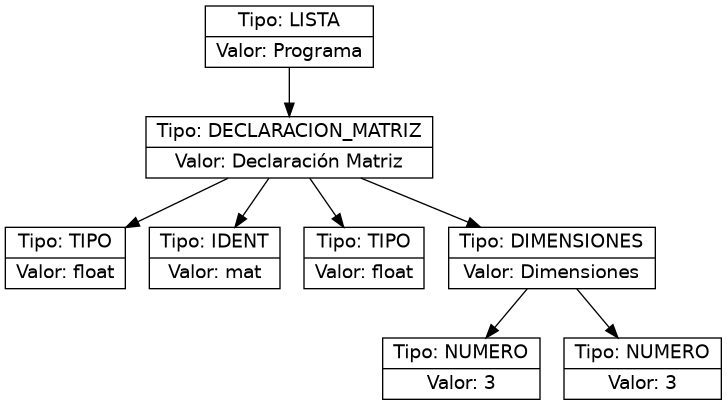
Above: ast.png in Farot30/OLC2_2s2025_202307820 (Graphviz), before the change. Its source is kept beside it as ast.dot.
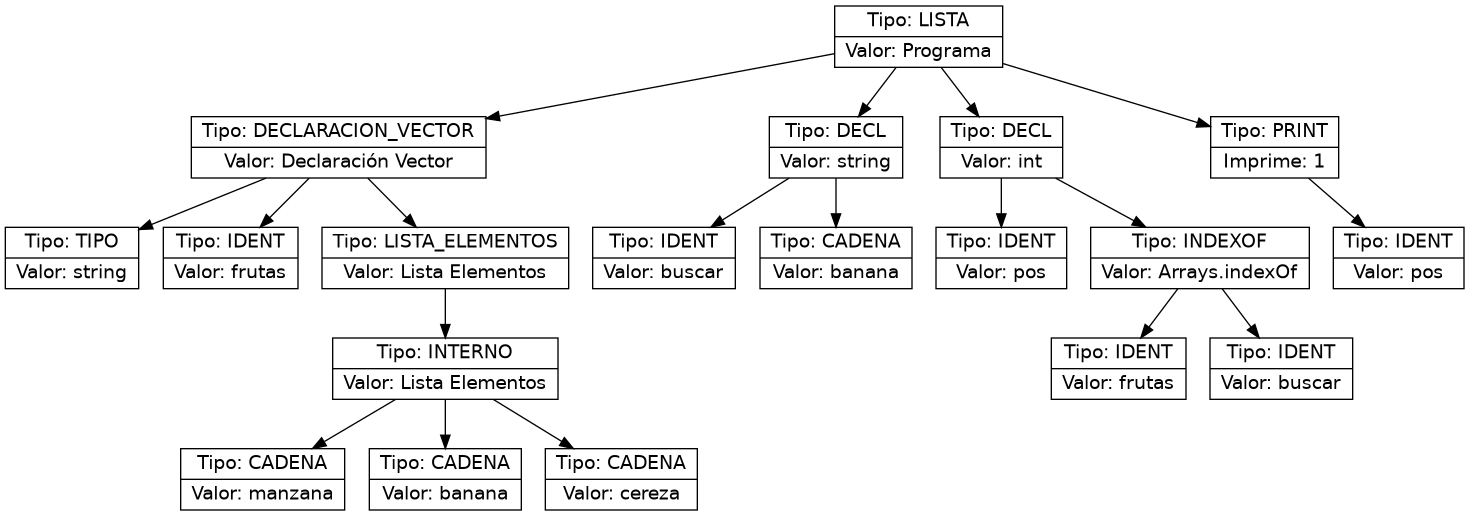
Above is the later version.

What changed in the source:
```diff
@@ -1,18 +1,40 @@
 digraph AST {
   node [shape=record,fontname="Helvetica"];
-  n0x5be996013e50 [label="{Tipo: LISTA|Valor: Programa}"];
-  n0x5be996013e50 -> n0x5be995cafcd0;
-  n0x5be995cafcd0 [label="{Tipo: DECLARACION_MATRIZ|Valor: Declaración Matriz}"];
-  n0x5be995cafcd0 -> n0x5be995fafd70;
-  n0x5be995fafd70 [label="{Tipo: TIPO|Valor: float}"];
-  n0x5be995cafcd0 -> n0x5be995e24130;
-  n0x5be995e24130 [label="{Tipo: IDENT|Valor: mat}"];
-  n0x5be995cafcd0 -> n0x5be995e88180;
-  n0x5be995e88180 [label="{Tipo: TIPO|Valor: float}"];
-  n0x5be995cafcd0 -> n0x5be995cb0b30;
-  n0x5be995cb0b30 [label="{Tipo: DIMENSIONES|Valor: Dimensiones}"];
-  n0x5be995cb0b30 -> n0x5be995e263c0;
-  n0x5be995e263c0 [label="{Tipo: NUMERO|Valor: 3}"];
-  n0x5be995cb0b30 -> n0x5be995e262d0;
-  n0x5be995e262d0 [label="{Tipo: NUMERO|Valor: 3}"];
+  n0x578ff7895890 [label="{Tipo: LISTA|Valor: Programa}"];
+  n0x578ff7895890 -> n0x578ff7973a50;
+  n0x578ff7973a50 [label="{Tipo: DECLARACION_VECTOR|Valor: Declaración Vector}"];
+  n0x578ff7973a50 -> n0x578ff7967d30;
+  n0x578ff7967d30 [label="{Tipo: TIPO|Valor: string}"];
+  n0x578ff7973a50 -> n0x578ff7a2a510;
+  n0x578ff7a2a510 [label="{Tipo: IDENT|Valor: frutas}"];
+  n0x578ff7973a50 -> n0x578ff7a3aad0;
+  n0x578ff7a3aad0 [label="{Tipo: LISTA_ELEMENTOS|Valor: Lista Elementos}"];
+  n0x578ff7a3aad0 -> n0x578ff770d7b0;
+  n0x578ff770d7b0 [label="{Tipo: INTERNO|Valor: Lista Elementos}"];
+  n0x578ff770d7b0 -> n0x578ff78d25e0;
+  n0x578ff78d25e0 [label="{Tipo: CADENA|Valor: manzana}"];
+  n0x578ff770d7b0 -> n0x578ff7ad49c0;
+  n0x578ff7ad49c0 [label="{Tipo: CADENA|Valor: banana}"];
+  n0x578ff770d7b0 -> n0x578ff7966790;
+  n0x578ff7966790 [label="{Tipo: CADENA|Valor: cereza}"];
+  n0x578ff7895890 -> n0x578ff7731720;
+  n0x578ff7731720 [label="{Tipo: DECL|Valor: string}"];
+  n0x578ff7731720 -> n0x578ff7956a20;
+  n0x578ff7956a20 [label="{Tipo: IDENT|Valor: buscar}"];
+  n0x578ff7731720 -> n0x578ff795edf0;
+  n0x578ff795edf0 [label="{Tipo: CADENA|Valor: banana}"];
+  n0x578ff7895890 -> n0x578ff76b9e70;
+  n0x578ff76b9e70 [label="{Tipo: DECL|Valor: int}"];
+  n0x578ff76b9e70 -> n0x578ff76bd020;
+  n0x578ff76bd020 [label="{Tipo: IDENT|Valor: pos}"];
+  n0x578ff76b9e70 -> n0x578ff795b490;
+  n0x578ff795b490 [label="{Tipo: INDEXOF|Valor: Arrays.indexOf}"];
+  n0x578ff795b490 -> n0x578ff77a4540;
+  n0x578ff77a4540 [label="{Tipo: IDENT|Valor: frutas}"];
+  n0x578ff795b490 -> n0x578ff76f88a0;
+  n0x578ff76f88a0 [label="{Tipo: IDENT|Valor: buscar}"];
+  n0x578ff7895890 -> n0x578ff79370f0;
+  n0x578ff79370f0 [label="{Tipo: PRINT|Imprime: 1}"];
+  n0x578ff79370f0 -> n0x578ff78ceff0;
+  n0x578ff78ceff0 [label="{Tipo: IDENT|Valor: pos}"];
 }
```
